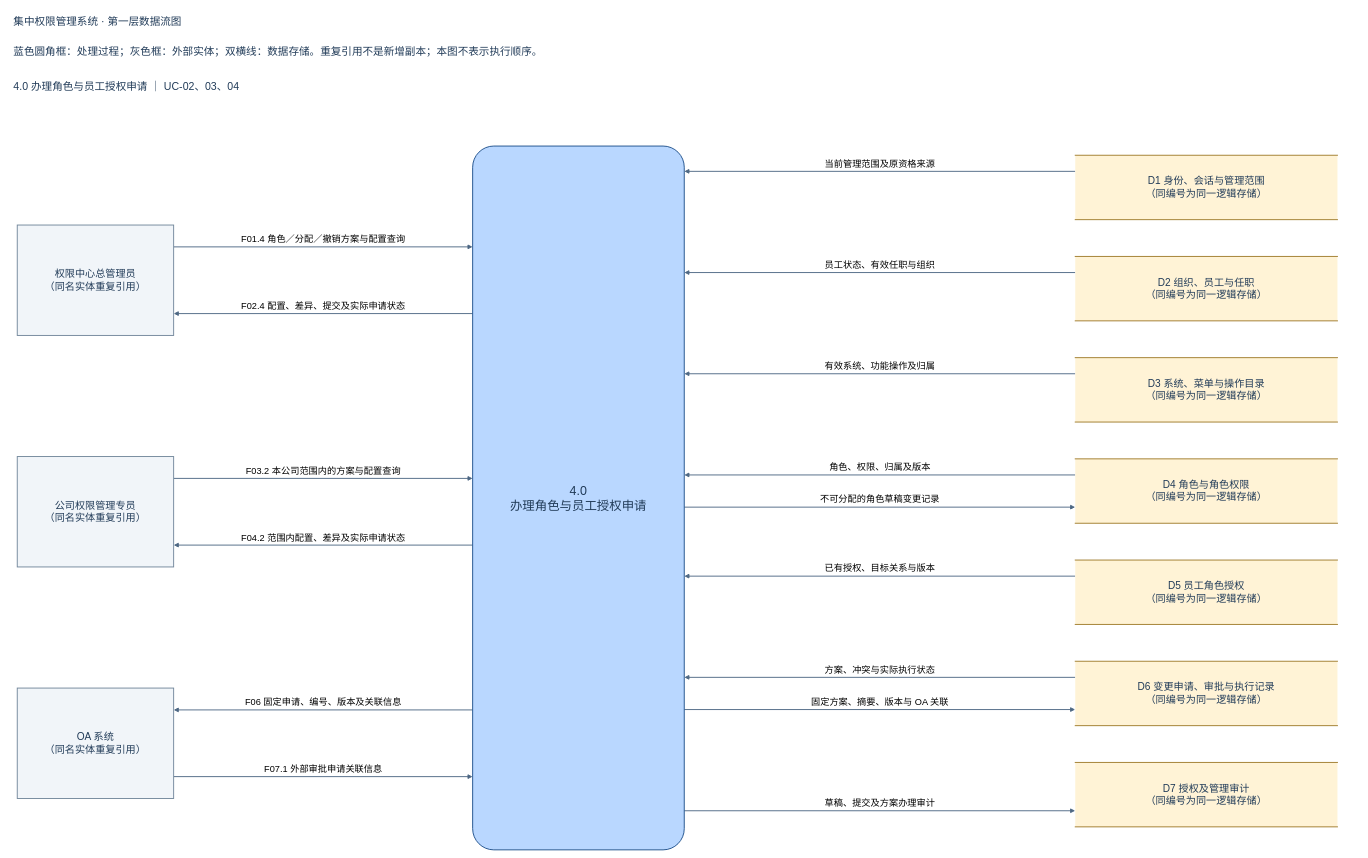
This is docs/dataflows-v1/P4_第一层分区.drawio from Noah-hope/RBAC-admin, a draw.io file, before an edit. Source tidied: cells renumbered, new cells numbered last; positions are measured from the earlier drawing's top-left corner, leaving out a move shared by most shapes. Both pictures are drawn from the tidied source at 46%, with x=0, y=0 at pixel (8, 8).
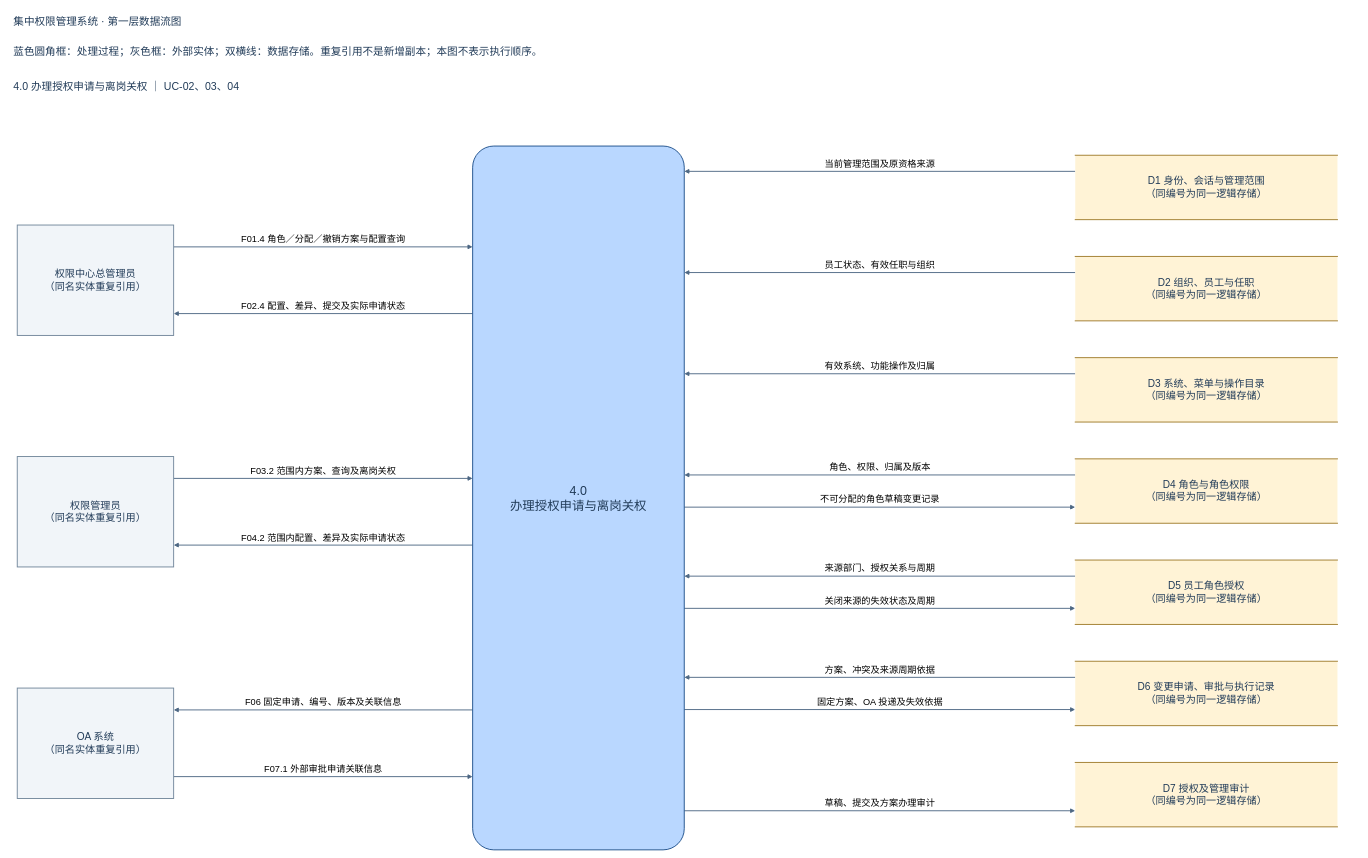
After the change.

Unchanged cells that the change refers to:
```xml
<mxCell id="28" value="D5  员工角色授权&lt;br&gt;（同编号为同一逻辑存储）" style="html=1;whiteSpace=wrap;fontFamily=Microsoft YaHei;fontSize=22;fontColor=#213b58;align=center;verticalAlign=middle;strokeWidth=2;spacing=12;shape=partialRectangle;left=0;right=0;top=1;bottom=1;fillColor=#fff3d6;strokeColor=#9f7b2a;" parent="1" vertex="1">
  <mxGeometry x="2320" y="1200" width="570" height="140" as="geometry" />
</mxCell>
<mxCell id="29" value="D6  变更申请、审批与执行记录&lt;br&gt;（同编号为同一逻辑存储）" style="html=1;whiteSpace=wrap;fontFamily=Microsoft YaHei;fontSize=22;fontColor=#213b58;align=center;verticalAlign=middle;strokeWidth=2;spacing=12;shape=partialRectangle;left=0;right=0;top=1;bottom=1;fillColor=#fff3d6;strokeColor=#9f7b2a;" parent="1" vertex="1">
  <mxGeometry x="2320" y="1420" width="570" height="140" as="geometry" />
</mxCell>
```

What changed in the source:
```diff
@@
-    <mxCell id="4" value="4.0 办理角色与员工授权申请  ｜  UC-02、03、04" style="html=1;whiteSpace=wrap;fontFamily=Microsoft YaHei;fontSize=22;fontColor=#213b58;align=center;verticalAlign=middle;strokeWidth=2;spacing=12;text;strokeColor=none;fillColor=none;fontSize=23;" parent="1" vertex="1">
+    <mxCell id="4" value="4.0 办理授权申请与离岗关权  ｜  UC-02、03、04" style="html=1;whiteSpace=wrap;fontFamily=Microsoft YaHei;fontSize=22;fontColor=#213b58;align=center;verticalAlign=middle;strokeWidth=2;spacing=12;text;strokeColor=none;fillColor=none;fontSize=23;" parent="1" vertex="1">
       <mxGeometry y="140" width="2940" height="70" as="geometry" />
     </mxCell>
@@
-    <mxCell id="7" value="F03.2 本公司范围内的方案与配置查询" style="html=1;edgeStyle=none;noEdgeStyle=1;rounded=0;curved=0;endArrow=block;endFill=1;strokeColor=#4d6783;strokeWidth=2;fontFamily=Microsoft YaHei;fontSize=20;labelBackgroundColor=#ffffff;exitX=1.0;exitY=0.19791666666666666;entryX=0.0;entryY=0.4722222222222222;exitPerimeter=0;entryPerimeter=0;" parent="1" edge="1" source="22" target="20">
+    <mxCell id="7" value="F03.2 范围内方案、查询及离岗关权" style="html=1;edgeStyle=none;noEdgeStyle=1;rounded=0;curved=0;endArrow=block;endFill=1;strokeColor=#4d6783;strokeWidth=2;fontFamily=Microsoft YaHei;fontSize=20;labelBackgroundColor=#ffffff;exitX=1.0;exitY=0.19791666666666666;entryX=0.0;entryY=0.4722222222222222;exitPerimeter=0;entryPerimeter=0;" parent="1" edge="1" source="22" target="20">
       <mxGeometry relative="1" as="geometry">
         <mxPoint y="-18" as="offset" />
       </mxGeometry>
     </mxCell>
@@
-    <mxCell id="16" value="已有授权、目标关系与版本" style="html=1;edgeStyle=none;noEdgeStyle=1;rounded=0;curved=0;endArrow=block;endFill=1;strokeColor=#4d6783;strokeWidth=2;fontFamily=Microsoft YaHei;fontSize=20;labelBackgroundColor=#ffffff;exitX=0.0;exitY=0.25;entryX=1.0;entryY=0.6111111111111112;exitPerimeter=0;entryPerimeter=0;" parent="1" edge="1" source="28" target="20">
+    <mxCell id="16" value="来源部门、授权关系与周期" style="html=1;edgeStyle=none;noEdgeStyle=1;rounded=0;curved=0;endArrow=block;endFill=1;strokeColor=#4d6783;strokeWidth=2;fontFamily=Microsoft YaHei;fontSize=20;labelBackgroundColor=#ffffff;exitX=0.0;exitY=0.25;entryX=1.0;entryY=0.6111111111111112;exitPerimeter=0;entryPerimeter=0;" parent="1" edge="1" source="28" target="20">
       <mxGeometry relative="1" as="geometry">
         <mxPoint y="-18" as="offset" />
       </mxGeometry>
     </mxCell>
+    <mxCell id="31" value="关闭来源的失效状态及周期" style="html=1;edgeStyle=none;noEdgeStyle=1;rounded=0;curved=0;endArrow=block;endFill=1;strokeColor=#4d6783;strokeWidth=2;fontFamily=Microsoft YaHei;fontSize=20;labelBackgroundColor=#ffffff;exitX=1.0;exitY=0.6568627450980392;entryX=0.0;entryY=0.75;exitPerimeter=0;entryPerimeter=0;" parent="1" edge="1" source="20" target="28">
+      <mxGeometry relative="1" as="geometry">
+        <mxPoint y="-18" as="offset" />
+      </mxGeometry>
+    </mxCell>
-    <mxCell id="17" value="方案、冲突与实际执行状态" style="html=1;edgeStyle=none;noEdgeStyle=1;rounded=0;curved=0;endArrow=block;endFill=1;strokeColor=#4d6783;strokeWidth=2;fontFamily=Microsoft YaHei;fontSize=20;labelBackgroundColor=#ffffff;exitX=0.0;exitY=0.25;entryX=1.0;entryY=0.7549019607843137;exitPerimeter=0;entryPerimeter=0;" parent="1" edge="1" source="29" target="20">
+    <mxCell id="17" value="方案、冲突及来源周期依据" style="html=1;edgeStyle=none;noEdgeStyle=1;rounded=0;curved=0;endArrow=block;endFill=1;strokeColor=#4d6783;strokeWidth=2;fontFamily=Microsoft YaHei;fontSize=20;labelBackgroundColor=#ffffff;exitX=0.0;exitY=0.25;entryX=1.0;entryY=0.7549019607843137;exitPerimeter=0;entryPerimeter=0;" parent="1" edge="1" source="29" target="20">
       <mxGeometry relative="1" as="geometry">
         <mxPoint y="-18" as="offset" />
       </mxGeometry>
     </mxCell>
-    <mxCell id="18" value="固定方案、摘要、版本与 OA 关联" style="html=1;edgeStyle=none;noEdgeStyle=1;rounded=0;curved=0;endArrow=block;endFill=1;strokeColor=#4d6783;strokeWidth=2;fontFamily=Microsoft YaHei;fontSize=20;labelBackgroundColor=#ffffff;exitX=1.0;exitY=0.8006535947712419;entryX=0.0;entryY=0.75;exitPerimeter=0;entryPerimeter=0;" parent="1" edge="1" source="20" target="29">
+    <mxCell id="18" value="固定方案、OA 投递及失效依据" style="html=1;edgeStyle=none;noEdgeStyle=1;rounded=0;curved=0;endArrow=block;endFill=1;strokeColor=#4d6783;strokeWidth=2;fontFamily=Microsoft YaHei;fontSize=20;labelBackgroundColor=#ffffff;exitX=1.0;exitY=0.8006535947712419;entryX=0.0;entryY=0.75;exitPerimeter=0;entryPerimeter=0;" parent="1" edge="1" source="20" target="29">
       <mxGeometry relative="1" as="geometry">
         <mxPoint y="-18" as="offset" />
       </mxGeometry>
     </mxCell>
@@
-    <mxCell id="20" value="4.0&lt;br&gt;办理角色与员工授权申请" style="html=1;whiteSpace=wrap;fontFamily=Microsoft YaHei;fontSize=22;fontColor=#213b58;align=center;verticalAlign=middle;strokeWidth=2;spacing=12;rounded=1;arcSize=10;fillColor=#b9d7ff;strokeColor=#1c4e8a;fontSize=27;" parent="1" vertex="1">
+    <mxCell id="20" value="4.0&lt;br&gt;办理授权申请与离岗关权" style="html=1;whiteSpace=wrap;fontFamily=Microsoft YaHei;fontSize=22;fontColor=#213b58;align=center;verticalAlign=middle;strokeWidth=2;spacing=12;rounded=1;arcSize=10;fillColor=#b9d7ff;strokeColor=#1c4e8a;fontSize=27;" parent="1" vertex="1">
       <mxGeometry x="1010" y="300" width="460" height="1530" as="geometry" />
     </mxCell>
@@
-    <mxCell id="22" value="公司权限管理专员&lt;br&gt;（同名实体重复引用）" style="html=1;whiteSpace=wrap;fontFamily=Microsoft YaHei;fontSize=22;fontColor=#213b58;align=center;verticalAlign=middle;strokeWidth=2;spacing=12;rounded=0;fillColor=#f1f5f9;strokeColor=#71869a;" parent="1" vertex="1">
+    <mxCell id="22" value="权限管理员&lt;br&gt;（同名实体重复引用）" style="html=1;whiteSpace=wrap;fontFamily=Microsoft YaHei;fontSize=22;fontColor=#213b58;align=center;verticalAlign=middle;strokeWidth=2;spacing=12;rounded=0;fillColor=#f1f5f9;strokeColor=#71869a;" parent="1" vertex="1">
       <mxGeometry x="20" y="975" width="340" height="240" as="geometry" />
     </mxCell>
```
